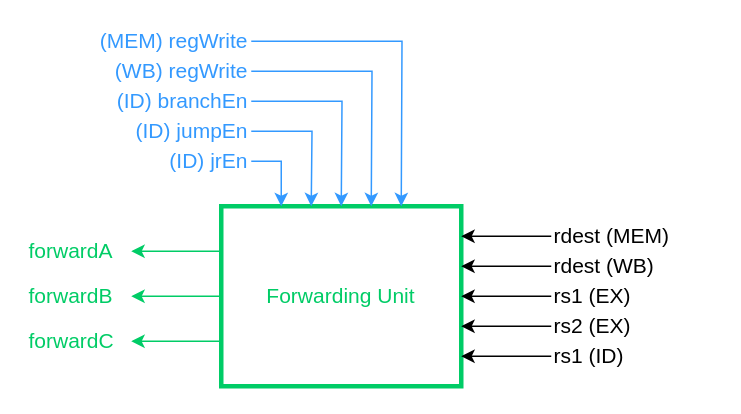
Above: page "FWDU" (11 of 16) of docs/dlx_architecture.drawio in lorenzobadas/DLX (draw.io), before the change. Source tidied: cells renumbered, new cells numbered last; positions are measured from the earlier drawing's top-left corner, leaving out a move shared by most shapes. Both pictures are drawn from the tidied source at 150%, with x=0, y=0 at pixel (26, 26).
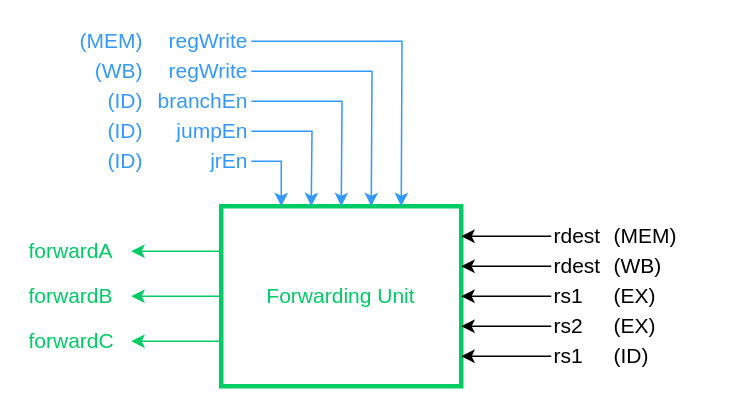
Above is the later version.

The edit, as a diff of the source:
```diff
@@
-    <mxCell id="10" value="rdest (MEM)" style="text;html=1;align=left;verticalAlign=middle;whiteSpace=wrap;rounded=0;fontSize=14;fontColor=default;" parent="1" vertex="1">
+    <mxCell id="10" value="rdest" style="text;html=1;align=left;verticalAlign=middle;whiteSpace=wrap;rounded=0;fontSize=14;fontColor=default;" parent="1" vertex="1">
       <mxGeometry x="350" y="130" width="110" height="20" as="geometry" />
     </mxCell>
@@
-    <mxCell id="12" value="rdest (WB)" style="text;html=1;align=left;verticalAlign=middle;whiteSpace=wrap;rounded=0;fontSize=14;fontColor=default;" parent="1" vertex="1">
+    <mxCell id="12" value="rdest" style="text;html=1;align=left;verticalAlign=middle;whiteSpace=wrap;rounded=0;fontSize=14;fontColor=default;" parent="1" vertex="1">
       <mxGeometry x="350" y="150" width="70" height="20" as="geometry" />
     </mxCell>
@@
-    <mxCell id="14" value="rs1 (EX)" style="text;html=1;align=left;verticalAlign=middle;whiteSpace=wrap;rounded=0;fontSize=14;fontColor=default;" parent="1" vertex="1">
+    <mxCell id="14" value="rs1" style="text;html=1;align=left;verticalAlign=middle;whiteSpace=wrap;rounded=0;fontSize=14;fontColor=default;" parent="1" vertex="1">
       <mxGeometry x="350" y="170" width="70" height="20" as="geometry" />
     </mxCell>
@@
-    <mxCell id="16" value="rs2 (EX)" style="text;html=1;align=left;verticalAlign=middle;whiteSpace=wrap;rounded=0;fontSize=14;fontColor=default;" parent="1" vertex="1">
+    <mxCell id="16" value="rs2" style="text;html=1;align=left;verticalAlign=middle;whiteSpace=wrap;rounded=0;fontSize=14;fontColor=default;" parent="1" vertex="1">
       <mxGeometry x="350" y="190" width="70" height="20" as="geometry" />
     </mxCell>
@@
-    <mxCell id="18" value="rs1 (ID)" style="text;html=1;align=left;verticalAlign=middle;whiteSpace=wrap;rounded=0;fontSize=14;fontColor=default;" parent="1" vertex="1">
+    <mxCell id="18" value="rs1" style="text;html=1;align=left;verticalAlign=middle;whiteSpace=wrap;rounded=0;fontSize=14;fontColor=default;" parent="1" vertex="1">
       <mxGeometry x="350" y="210" width="70" height="20" as="geometry" />
     </mxCell>
@@
-    <mxCell id="20" value="&lt;span style=&quot;color: rgb(51, 153, 255);&quot;&gt;(ID) jumpEn&lt;/span&gt;" style="text;html=1;align=right;verticalAlign=middle;whiteSpace=wrap;rounded=0;fontSize=14;" parent="1" vertex="1">
+    <mxCell id="20" value="&lt;span style=&quot;color: rgb(51, 153, 255);&quot;&gt;jumpEn&lt;/span&gt;" style="text;html=1;align=right;verticalAlign=middle;whiteSpace=wrap;rounded=0;fontSize=14;" parent="1" vertex="1">
       <mxGeometry x="50" y="60" width="100" height="20" as="geometry" />
     </mxCell>
@@
-    <mxCell id="22" value="&lt;font style=&quot;color: rgb(51, 153, 255);&quot;&gt;(WB) regWrite&lt;/font&gt;" style="text;html=1;align=right;verticalAlign=middle;whiteSpace=wrap;rounded=0;fontSize=14;" parent="1" vertex="1">
+    <mxCell id="22" value="&lt;font style=&quot;color: rgb(51, 153, 255);&quot;&gt;regWrite&lt;/font&gt;" style="text;html=1;align=right;verticalAlign=middle;whiteSpace=wrap;rounded=0;fontSize=14;" parent="1" vertex="1">
       <mxGeometry x="50" y="20" width="100" height="20" as="geometry" />
     </mxCell>
@@
-    <mxCell id="24" value="&lt;span style=&quot;color: rgb(51, 153, 255);&quot;&gt;(ID) jrEn&lt;/span&gt;" style="text;html=1;align=right;verticalAlign=middle;whiteSpace=wrap;rounded=0;fontSize=14;" parent="1" vertex="1">
+    <mxCell id="24" value="&lt;span style=&quot;color: rgb(51, 153, 255);&quot;&gt;jrEn&lt;/span&gt;" style="text;html=1;align=right;verticalAlign=middle;whiteSpace=wrap;rounded=0;fontSize=14;" parent="1" vertex="1">
       <mxGeometry x="50" y="80" width="100" height="20" as="geometry" />
     </mxCell>
@@
-    <mxCell id="26" value="&lt;font color=&quot;#3399ff&quot;&gt;(ID) branchEn&lt;/font&gt;" style="text;html=1;align=right;verticalAlign=middle;whiteSpace=wrap;rounded=0;fontSize=14;" parent="1" vertex="1">
+    <mxCell id="26" value="&lt;font color=&quot;#3399ff&quot;&gt;branchEn&lt;/font&gt;" style="text;html=1;align=right;verticalAlign=middle;whiteSpace=wrap;rounded=0;fontSize=14;" parent="1" vertex="1">
       <mxGeometry x="50" y="40" width="100" height="20" as="geometry" />
     </mxCell>
@@
-    <mxCell id="28" value="&lt;font style=&quot;color: rgb(51, 153, 255);&quot;&gt;(MEM) regWrite&lt;/font&gt;" style="text;html=1;align=right;verticalAlign=middle;whiteSpace=wrap;rounded=0;fontSize=14;" parent="1" vertex="1">
+    <mxCell id="28" value="&lt;font style=&quot;color: rgb(51, 153, 255);&quot;&gt;regWrite&lt;/font&gt;" style="text;html=1;align=right;verticalAlign=middle;whiteSpace=wrap;rounded=0;fontSize=14;" parent="1" vertex="1">
       <mxGeometry x="30" width="120" height="20" as="geometry" />
     </mxCell>
+    <mxCell id="29" value="&lt;font style=&quot;color: rgb(51, 153, 255);&quot;&gt;(MEM)&lt;/font&gt;" style="text;html=1;align=right;verticalAlign=middle;whiteSpace=wrap;rounded=0;fontSize=14;" parent="1" vertex="1">
+      <mxGeometry x="40" width="40" height="20" as="geometry" />
+    </mxCell>
+    <mxCell id="30" value="&lt;font style=&quot;color: rgb(51, 153, 255);&quot;&gt;(WB)&lt;/font&gt;" style="text;html=1;align=right;verticalAlign=middle;whiteSpace=wrap;rounded=0;fontSize=14;" parent="1" vertex="1">
+      <mxGeometry x="40" y="20" width="40" height="20" as="geometry" />
+    </mxCell>
+    <mxCell id="31" value="&lt;font style=&quot;color: rgb(51, 153, 255);&quot;&gt;(ID)&lt;/font&gt;" style="text;html=1;align=right;verticalAlign=middle;whiteSpace=wrap;rounded=0;fontSize=14;" parent="1" vertex="1">
+      <mxGeometry x="40" y="40" width="40" height="20" as="geometry" />
+    </mxCell>
+    <mxCell id="32" value="&lt;font style=&quot;color: rgb(51, 153, 255);&quot;&gt;(ID)&lt;/font&gt;" style="text;html=1;align=right;verticalAlign=middle;whiteSpace=wrap;rounded=0;fontSize=14;" parent="1" vertex="1">
+      <mxGeometry x="40" y="60" width="40" height="20" as="geometry" />
+    </mxCell>
+    <mxCell id="33" value="&lt;font style=&quot;color: rgb(51, 153, 255);&quot;&gt;(ID)&lt;/font&gt;" style="text;html=1;align=right;verticalAlign=middle;whiteSpace=wrap;rounded=0;fontSize=14;" parent="1" vertex="1">
+      <mxGeometry x="40" y="80" width="40" height="20" as="geometry" />
+    </mxCell>
+    <mxCell id="34" value="&lt;font style=&quot;&quot;&gt;(MEM)&lt;/font&gt;" style="text;html=1;align=left;verticalAlign=middle;whiteSpace=wrap;rounded=0;fontSize=14;fontColor=default;" parent="1" vertex="1">
+      <mxGeometry x="390" y="130" width="40" height="20" as="geometry" />
+    </mxCell>
+    <mxCell id="35" value="&lt;font style=&quot;&quot;&gt;(WB)&lt;/font&gt;" style="text;html=1;align=left;verticalAlign=middle;whiteSpace=wrap;rounded=0;fontSize=14;fontColor=default;" parent="1" vertex="1">
+      <mxGeometry x="390" y="150" width="40" height="20" as="geometry" />
+    </mxCell>
+    <mxCell id="36" value="&lt;font style=&quot;&quot;&gt;(EX)&lt;/font&gt;" style="text;html=1;align=left;verticalAlign=middle;whiteSpace=wrap;rounded=0;fontSize=14;fontColor=default;" parent="1" vertex="1">
+      <mxGeometry x="390" y="170" width="40" height="20" as="geometry" />
+    </mxCell>
+    <mxCell id="37" value="&lt;font style=&quot;&quot;&gt;(EX)&lt;/font&gt;" style="text;html=1;align=left;verticalAlign=middle;whiteSpace=wrap;rounded=0;fontSize=14;fontColor=default;" parent="1" vertex="1">
+      <mxGeometry x="390" y="190" width="40" height="20" as="geometry" />
+    </mxCell>
+    <mxCell id="38" value="&lt;font style=&quot;&quot;&gt;(ID)&lt;/font&gt;" style="text;html=1;align=left;verticalAlign=middle;whiteSpace=wrap;rounded=0;fontSize=14;fontColor=default;" parent="1" vertex="1">
+      <mxGeometry x="390" y="210" width="40" height="20" as="geometry" />
+    </mxCell>
```
